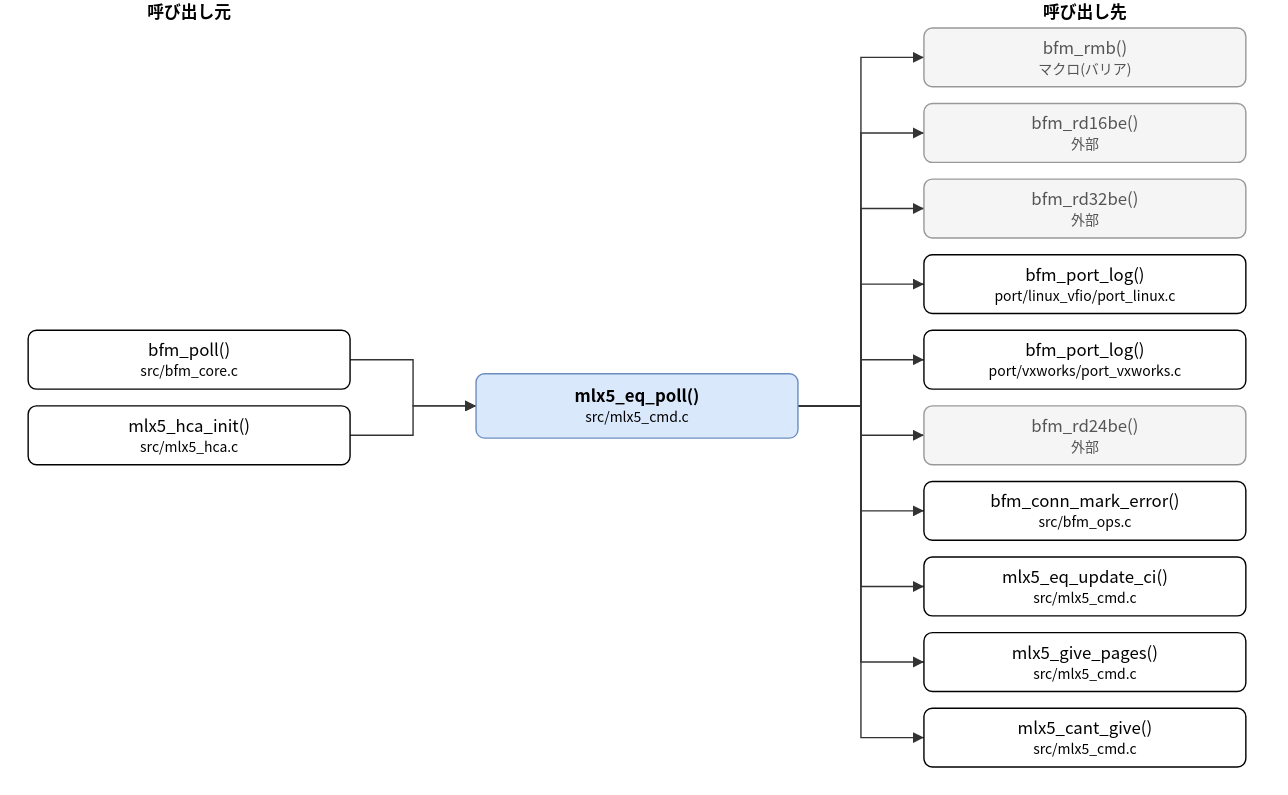
Before: doc/spec/images/call_src_mlx5_cmd-mlx5_eq_poll.drawio.svg, a diagram exported from draw.io (hf355051012-ai/bfmem). Source tidied: cells renumbered, new cells last; positions are measured from the earlier drawing's top-left corner, leaving out a move shared by most shapes. The source it was exported from:
```xml
<mxGraphModel>
  <root>
    <mxCell id="0" />
    <mxCell id="1" parent="0" />
    <mxCell id="2" value="mlx5_eq_poll()&lt;br&gt;&lt;font style=&quot;font-size:10px&quot;&gt;src/mlx5_cmd.c&lt;/font&gt;" style="rounded=1;whiteSpace=wrap;html=1;fillColor=#dae8fc;strokeColor=#6c8ebf;fontStyle=1;" parent="1" vertex="1">
      <mxGeometry x="320" y="267" width="230" height="46" as="geometry" />
    </mxCell>
    <mxCell id="3" value="bfm_poll()&lt;br&gt;&lt;font style=&quot;font-size:10px&quot;&gt;src/bfm_core.c&lt;/font&gt;" style="rounded=1;whiteSpace=wrap;html=1;" parent="1" vertex="1">
      <mxGeometry y="236" width="230" height="42" as="geometry" />
    </mxCell>
    <mxCell id="4" value="mlx5_hca_init()&lt;br&gt;&lt;font style=&quot;font-size:10px&quot;&gt;src/mlx5_hca.c&lt;/font&gt;" style="rounded=1;whiteSpace=wrap;html=1;" parent="1" vertex="1">
      <mxGeometry y="290" width="230" height="42" as="geometry" />
    </mxCell>
    <mxCell id="5" value="bfm_rmb()&lt;br&gt;&lt;font style=&quot;font-size:10px&quot;&gt;マクロ(バリア)&lt;/font&gt;" style="rounded=1;whiteSpace=wrap;html=1;fillColor=#f5f5f5;strokeColor=#999999;fontColor=#555555;" parent="1" vertex="1">
      <mxGeometry x="640" y="20" width="230" height="42" as="geometry" />
    </mxCell>
    <mxCell id="6" value="bfm_rd16be()&lt;br&gt;&lt;font style=&quot;font-size:10px&quot;&gt;外部&lt;/font&gt;" style="rounded=1;whiteSpace=wrap;html=1;fillColor=#f5f5f5;strokeColor=#999999;fontColor=#555555;" parent="1" vertex="1">
      <mxGeometry x="640" y="74" width="230" height="42" as="geometry" />
    </mxCell>
    <mxCell id="7" value="bfm_rd32be()&lt;br&gt;&lt;font style=&quot;font-size:10px&quot;&gt;外部&lt;/font&gt;" style="rounded=1;whiteSpace=wrap;html=1;fillColor=#f5f5f5;strokeColor=#999999;fontColor=#555555;" parent="1" vertex="1">
      <mxGeometry x="640" y="128" width="230" height="42" as="geometry" />
    </mxCell>
    <mxCell id="8" value="bfm_port_log()&lt;br&gt;&lt;font style=&quot;font-size:10px&quot;&gt;port/linux_vfio/port_linux.c&lt;/font&gt;" style="rounded=1;whiteSpace=wrap;html=1;" parent="1" vertex="1">
      <mxGeometry x="640" y="182" width="230" height="42" as="geometry" />
    </mxCell>
    <mxCell id="9" value="bfm_port_log()&lt;br&gt;&lt;font style=&quot;font-size:10px&quot;&gt;port/vxworks/port_vxworks.c&lt;/font&gt;" style="rounded=1;whiteSpace=wrap;html=1;" parent="1" vertex="1">
      <mxGeometry x="640" y="236" width="230" height="42" as="geometry" />
    </mxCell>
    <mxCell id="10" value="bfm_rd24be()&lt;br&gt;&lt;font style=&quot;font-size:10px&quot;&gt;外部&lt;/font&gt;" style="rounded=1;whiteSpace=wrap;html=1;fillColor=#f5f5f5;strokeColor=#999999;fontColor=#555555;" parent="1" vertex="1">
      <mxGeometry x="640" y="290" width="230" height="42" as="geometry" />
    </mxCell>
    <mxCell id="11" value="bfm_conn_mark_error()&lt;br&gt;&lt;font style=&quot;font-size:10px&quot;&gt;src/bfm_ops.c&lt;/font&gt;" style="rounded=1;whiteSpace=wrap;html=1;" parent="1" vertex="1">
      <mxGeometry x="640" y="344" width="230" height="42" as="geometry" />
    </mxCell>
    <mxCell id="12" value="mlx5_eq_update_ci()&lt;br&gt;&lt;font style=&quot;font-size:10px&quot;&gt;src/mlx5_cmd.c&lt;/font&gt;" style="rounded=1;whiteSpace=wrap;html=1;" parent="1" vertex="1">
      <mxGeometry x="640" y="398" width="230" height="42" as="geometry" />
    </mxCell>
    <mxCell id="13" value="mlx5_give_pages()&lt;br&gt;&lt;font style=&quot;font-size:10px&quot;&gt;src/mlx5_cmd.c&lt;/font&gt;" style="rounded=1;whiteSpace=wrap;html=1;" parent="1" vertex="1">
      <mxGeometry x="640" y="452" width="230" height="42" as="geometry" />
    </mxCell>
    <mxCell id="14" value="mlx5_cant_give()&lt;br&gt;&lt;font style=&quot;font-size:10px&quot;&gt;src/mlx5_cmd.c&lt;/font&gt;" style="rounded=1;whiteSpace=wrap;html=1;" parent="1" vertex="1">
      <mxGeometry x="640" y="506" width="230" height="42" as="geometry" />
    </mxCell>
    <mxCell id="15" style="edgeStyle=none;html=1;rounded=0;endArrow=block;endFill=1;exitX=1.0000;exitY=0.5000;exitDx=0;exitDy=0;exitPerimeter=0;entryX=0.0000;entryY=0.5000;entryDx=0;entryDy=0;entryPerimeter=0;" parent="1" edge="1" source="3" target="2">
      <mxGeometry relative="1" as="geometry">
        <Array as="points">
          <mxPoint x="275" y="257" />
          <mxPoint x="275" y="290" />
        </Array>
      </mxGeometry>
    </mxCell>
    <mxCell id="16" style="edgeStyle=none;html=1;rounded=0;endArrow=block;endFill=1;exitX=1.0000;exitY=0.5000;exitDx=0;exitDy=0;exitPerimeter=0;entryX=0.0000;entryY=0.5000;entryDx=0;entryDy=0;entryPerimeter=0;" parent="1" edge="1" source="4" target="2">
      <mxGeometry relative="1" as="geometry">
        <Array as="points">
          <mxPoint x="275" y="311" />
          <mxPoint x="275" y="290" />
        </Array>
      </mxGeometry>
    </mxCell>
    <mxCell id="17" style="edgeStyle=none;html=1;rounded=0;endArrow=block;endFill=1;exitX=1.0000;exitY=0.5000;exitDx=0;exitDy=0;exitPerimeter=0;entryX=0.0000;entryY=0.5000;entryDx=0;entryDy=0;entryPerimeter=0;" parent="1" edge="1" source="2" target="5">
      <mxGeometry relative="1" as="geometry">
        <Array as="points">
          <mxPoint x="595" y="290" />
          <mxPoint x="595" y="41" />
        </Array>
      </mxGeometry>
    </mxCell>
    <mxCell id="18" style="edgeStyle=none;html=1;rounded=0;endArrow=block;endFill=1;exitX=1.0000;exitY=0.5000;exitDx=0;exitDy=0;exitPerimeter=0;entryX=0.0000;entryY=0.5000;entryDx=0;entryDy=0;entryPerimeter=0;" parent="1" edge="1" source="2" target="6">
      <mxGeometry relative="1" as="geometry">
        <Array as="points">
          <mxPoint x="595" y="290" />
          <mxPoint x="595" y="95" />
        </Array>
      </mxGeometry>
    </mxCell>
    <mxCell id="19" style="edgeStyle=none;html=1;rounded=0;endArrow=block;endFill=1;exitX=1.0000;exitY=0.5000;exitDx=0;exitDy=0;exitPerimeter=0;entryX=0.0000;entryY=0.5000;entryDx=0;entryDy=0;entryPerimeter=0;" parent="1" edge="1" source="2" target="7">
      <mxGeometry relative="1" as="geometry">
        <Array as="points">
          <mxPoint x="595" y="290" />
          <mxPoint x="595" y="149" />
        </Array>
      </mxGeometry>
    </mxCell>
    <mxCell id="20" style="edgeStyle=none;html=1;rounded=0;endArrow=block;endFill=1;exitX=1.0000;exitY=0.5000;exitDx=0;exitDy=0;exitPerimeter=0;entryX=0.0000;entryY=0.5000;entryDx=0;entryDy=0;entryPerimeter=0;" parent="1" edge="1" source="2" target="8">
      <mxGeometry relative="1" as="geometry">
        <Array as="points">
          <mxPoint x="595" y="290" />
          <mxPoint x="595" y="203" />
        </Array>
      </mxGeometry>
    </mxCell>
    <mxCell id="21" style="edgeStyle=none;html=1;rounded=0;endArrow=block;endFill=1;exitX=1.0000;exitY=0.5000;exitDx=0;exitDy=0;exitPerimeter=0;entryX=0.0000;entryY=0.5000;entryDx=0;entryDy=0;entryPerimeter=0;" parent="1" edge="1" source="2" target="9">
      <mxGeometry relative="1" as="geometry">
        <Array as="points">
          <mxPoint x="595" y="290" />
          <mxPoint x="595" y="257" />
        </Array>
      </mxGeometry>
    </mxCell>
    <mxCell id="22" style="edgeStyle=none;html=1;rounded=0;endArrow=block;endFill=1;exitX=1.0000;exitY=0.5000;exitDx=0;exitDy=0;exitPerimeter=0;entryX=0.0000;entryY=0.5000;entryDx=0;entryDy=0;entryPerimeter=0;" parent="1" edge="1" source="2" target="10">
      <mxGeometry relative="1" as="geometry">
        <Array as="points">
          <mxPoint x="595" y="290" />
          <mxPoint x="595" y="311" />
        </Array>
      </mxGeometry>
    </mxCell>
    <mxCell id="23" style="edgeStyle=none;html=1;rounded=0;endArrow=block;endFill=1;exitX=1.0000;exitY=0.5000;exitDx=0;exitDy=0;exitPerimeter=0;entryX=0.0000;entryY=0.5000;entryDx=0;entryDy=0;entryPerimeter=0;" parent="1" edge="1" source="2" target="11">
      <mxGeometry relative="1" as="geometry">
        <Array as="points">
          <mxPoint x="595" y="290" />
          <mxPoint x="595" y="365" />
        </Array>
      </mxGeometry>
    </mxCell>
    <mxCell id="24" style="edgeStyle=none;html=1;rounded=0;endArrow=block;endFill=1;exitX=1.0000;exitY=0.5000;exitDx=0;exitDy=0;exitPerimeter=0;entryX=0.0000;entryY=0.5000;entryDx=0;entryDy=0;entryPerimeter=0;" parent="1" edge="1" source="2" target="12">
      <mxGeometry relative="1" as="geometry">
        <Array as="points">
          <mxPoint x="595" y="290" />
          <mxPoint x="595" y="419" />
        </Array>
      </mxGeometry>
    </mxCell>
    <mxCell id="25" style="edgeStyle=none;html=1;rounded=0;endArrow=block;endFill=1;exitX=1.0000;exitY=0.5000;exitDx=0;exitDy=0;exitPerimeter=0;entryX=0.0000;entryY=0.5000;entryDx=0;entryDy=0;entryPerimeter=0;" parent="1" edge="1" source="2" target="13">
      <mxGeometry relative="1" as="geometry">
        <Array as="points">
          <mxPoint x="595" y="290" />
          <mxPoint x="595" y="473" />
        </Array>
      </mxGeometry>
    </mxCell>
    <mxCell id="26" style="edgeStyle=none;html=1;rounded=0;endArrow=block;endFill=1;exitX=1.0000;exitY=0.5000;exitDx=0;exitDy=0;exitPerimeter=0;entryX=0.0000;entryY=0.5000;entryDx=0;entryDy=0;entryPerimeter=0;" parent="1" edge="1" source="2" target="14">
      <mxGeometry relative="1" as="geometry">
        <Array as="points">
          <mxPoint x="595" y="290" />
          <mxPoint x="595" y="527" />
        </Array>
      </mxGeometry>
    </mxCell>
    <mxCell id="27" value="呼び出し元" style="text;html=1;align=center;fontStyle=1;" parent="1" vertex="1">
      <mxGeometry x="35" width="160" height="18" as="geometry" />
    </mxCell>
    <mxCell id="28" value="呼び出し先" style="text;html=1;align=center;fontStyle=1;" parent="1" vertex="1">
      <mxGeometry x="675" width="160" height="18" as="geometry" />
    </mxCell>
  </root>
</mxGraphModel>
```
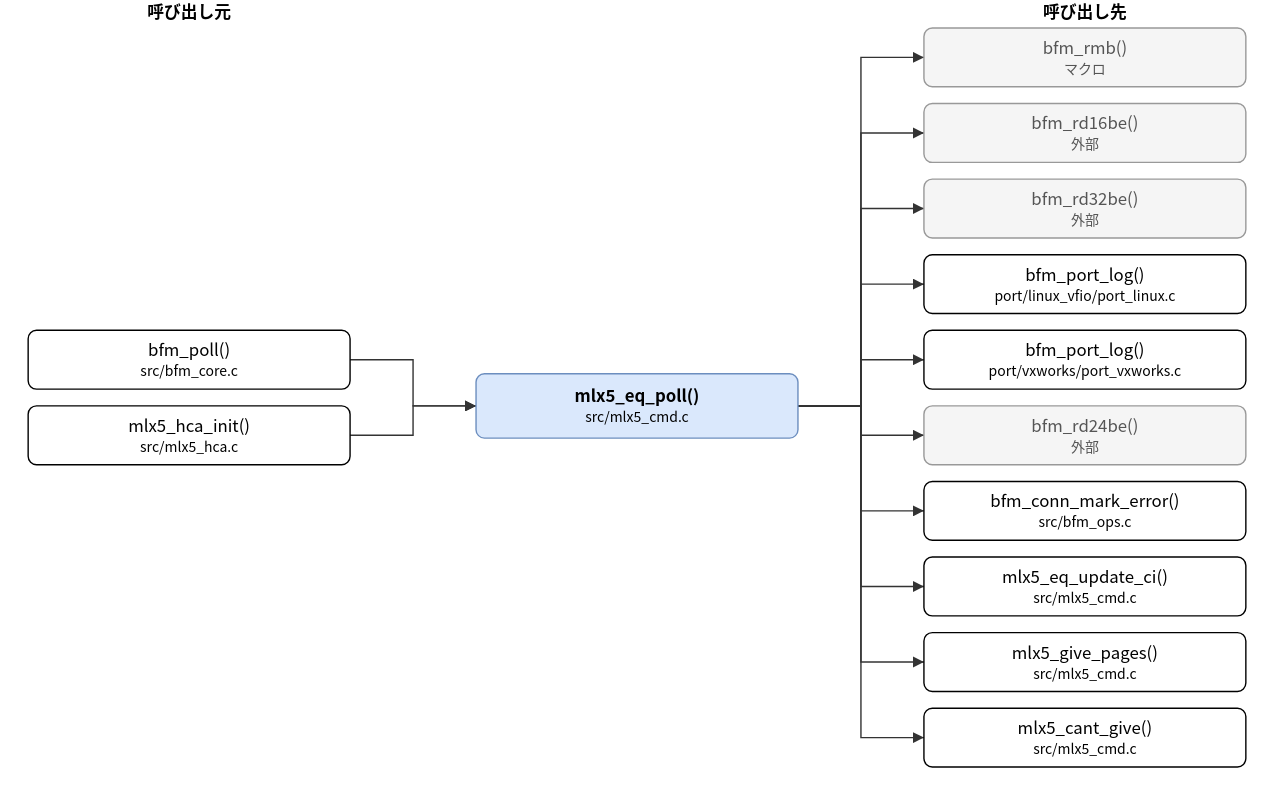
The same diagram one commit later.

What changed in the source:
```diff
@@ -11,7 +11,7 @@
     <mxCell id="4" value="mlx5_hca_init()&lt;br&gt;&lt;font style=&quot;font-size:10px&quot;&gt;src/mlx5_hca.c&lt;/font&gt;" style="rounded=1;whiteSpace=wrap;html=1;" parent="1" vertex="1">
       <mxGeometry y="290" width="230" height="42" as="geometry" />
     </mxCell>
-    <mxCell id="5" value="bfm_rmb()&lt;br&gt;&lt;font style=&quot;font-size:10px&quot;&gt;マクロ(バリア)&lt;/font&gt;" style="rounded=1;whiteSpace=wrap;html=1;fillColor=#f5f5f5;strokeColor=#999999;fontColor=#555555;" parent="1" vertex="1">
+    <mxCell id="5" value="bfm_rmb()&lt;br&gt;&lt;font style=&quot;font-size:10px&quot;&gt;マクロ&lt;/font&gt;" style="rounded=1;whiteSpace=wrap;html=1;fillColor=#f5f5f5;strokeColor=#999999;fontColor=#555555;" parent="1" vertex="1">
       <mxGeometry x="640" y="20" width="230" height="42" as="geometry" />
     </mxCell>
     <mxCell id="6" value="bfm_rd16be()&lt;br&gt;&lt;font style=&quot;font-size:10px&quot;&gt;外部&lt;/font&gt;" style="rounded=1;whiteSpace=wrap;html=1;fillColor=#f5f5f5;strokeColor=#999999;fontColor=#555555;" parent="1" vertex="1">
```
